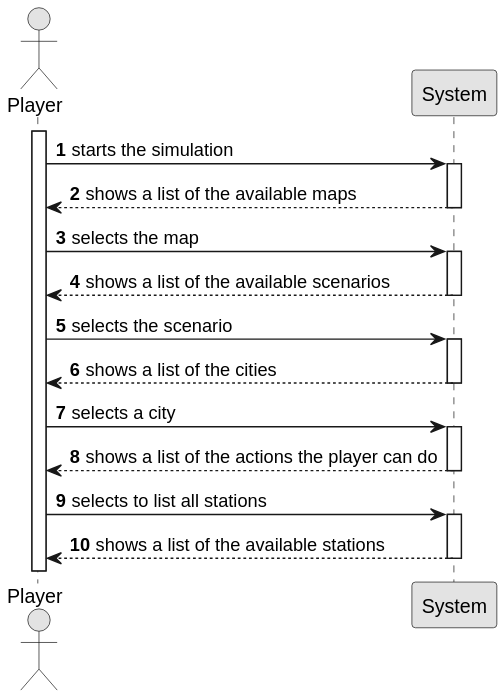
The PlantUML diagram docs/sprint3/us007/01.requirements-engineering/svg/us007-system-sequence-diagram.svg in ivasduarte/all-aboard, before a commit. Source of this version:
```plantuml
@startuml
skinparam monochrome true
skinparam packageStyle rectangle
skinparam shadowing false

autonumber

actor "Player" as Player
participant "System" as System

activate Player

    Player -> System : starts the simulation
    activate System

    System --> Player : shows a list of the available maps
    deactivate System

    Player -> System : selects the map
    activate System

    System --> Player : shows a list of the available scenarios
    deactivate System

    Player -> System : selects the scenario
    activate System

    System --> Player : shows a list of the cities
    deactivate System

    Player -> System : selects a city
    activate System

    System --> Player : shows a list of the actions the player can do
    deactivate System

    Player -> System : selects to list all stations
    activate System

    System --> Player : shows a list of the available stations
    deactivate System
@enduml
```
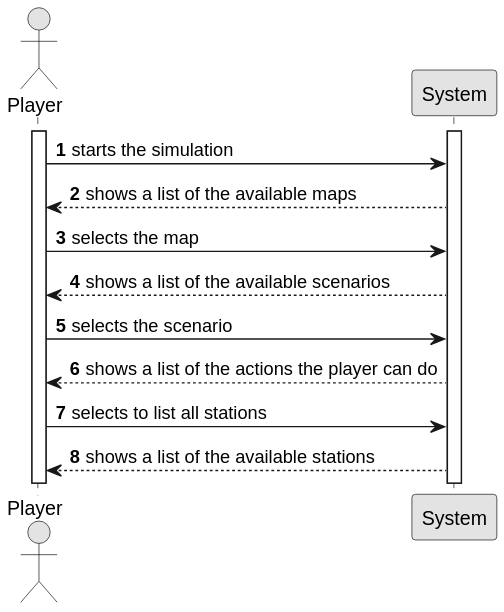
After the commit.

The edit, as a diff of the source:
```diff
@@ -9,34 +9,22 @@
 participant "System" as System
 
 activate Player
+activate System
+
 
     Player -> System : starts the simulation
-    activate System
 
     System --> Player : shows a list of the available maps
-    deactivate System
 
     Player -> System : selects the map
-    activate System
 
     System --> Player : shows a list of the available scenarios
-    deactivate System
 
     Player -> System : selects the scenario
-    activate System
-
-    System --> Player : shows a list of the cities
-    deactivate System
-
-    Player -> System : selects a city
-    activate System
 
     System --> Player : shows a list of the actions the player can do
-    deactivate System
 
     Player -> System : selects to list all stations
-    activate System
 
     System --> Player : shows a list of the available stations
-    deactivate System
 @enduml
```
